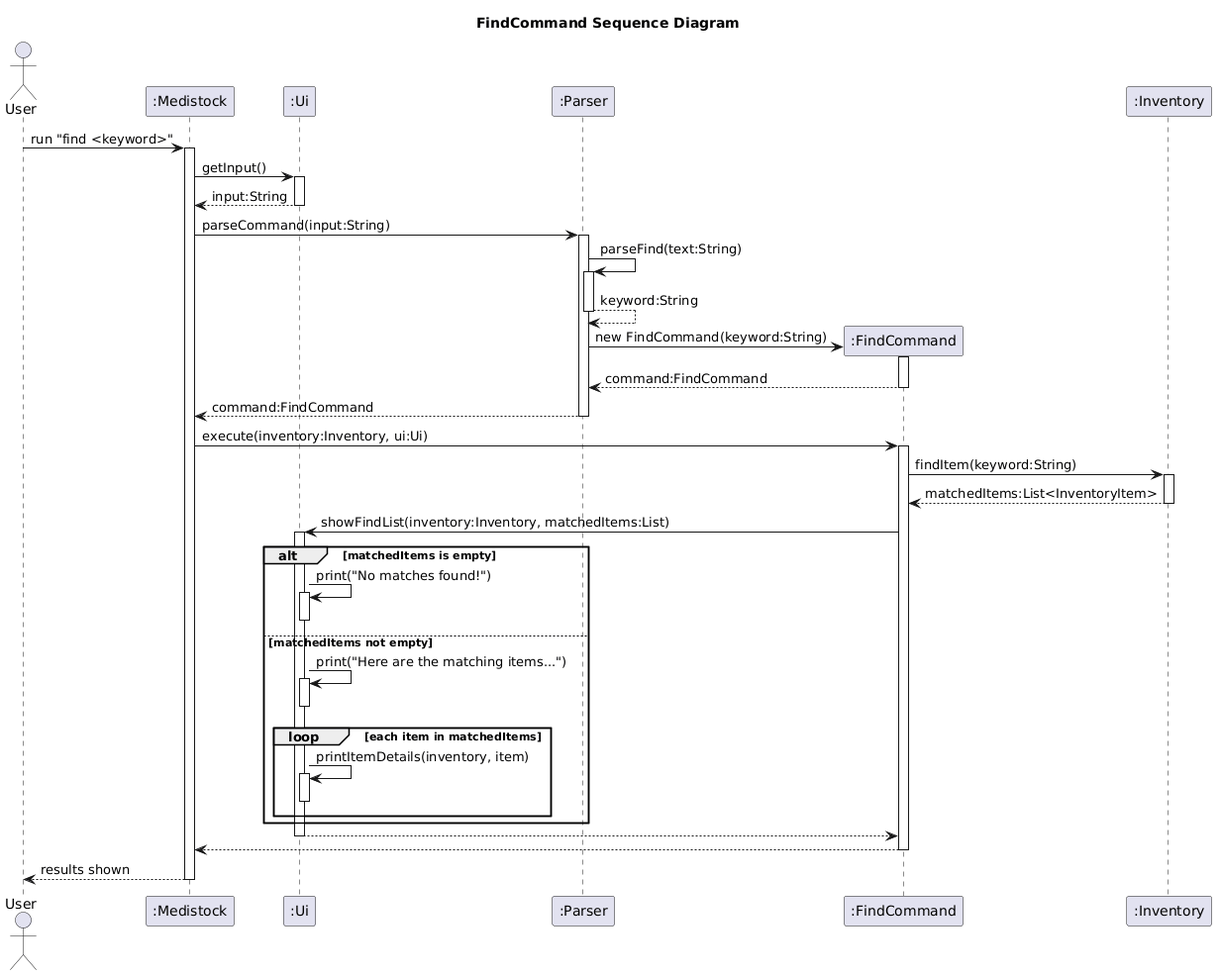
The PlantUML diagram docs/diagrams/FindCommand_SequenceDiagram.png in Yonish18/tp, before a commit. Source of this version:
```plantuml
@startuml
title FindCommand Sequence Diagram

actor User
participant ":Medistock" as App
participant ":Ui" as Ui
participant ":Parser" as Parser
participant ":FindCommand" as FindCommand
participant ":Inventory" as Inventory

User -> App : run "find <keyword>"
activate App

App -> Ui : getInput()
activate Ui
Ui --> App : input:String
deactivate Ui

App -> Parser : parseCommand(input:String)
activate Parser

Parser -> Parser : parseFind(text:String)
activate Parser
Parser --> Parser : keyword:String
deactivate Parser

create FindCommand
Parser -> FindCommand : new FindCommand(keyword:String)
activate FindCommand
FindCommand --> Parser : command:FindCommand
deactivate FindCommand

Parser --> App : command:FindCommand
deactivate Parser

App -> FindCommand : execute(inventory:Inventory, ui:Ui)
activate FindCommand

FindCommand -> Inventory : findItem(keyword:String)
activate Inventory
Inventory --> FindCommand : matchedItems:List<InventoryItem>
deactivate Inventory

FindCommand -> Ui : showFindList(inventory:Inventory, matchedItems:List)
activate Ui

alt matchedItems is empty
    Ui -> Ui : print("No matches found!")
    activate Ui
    deactivate Ui
else matchedItems not empty
    Ui -> Ui : print("Here are the matching items...")
    activate Ui
    deactivate Ui

    loop each item in matchedItems
        Ui -> Ui : printItemDetails(inventory, item)
        activate Ui
        deactivate Ui
    end
end

Ui --> FindCommand
deactivate Ui

FindCommand --> App
deactivate FindCommand

App --> User : results shown
deactivate App
@enduml
```
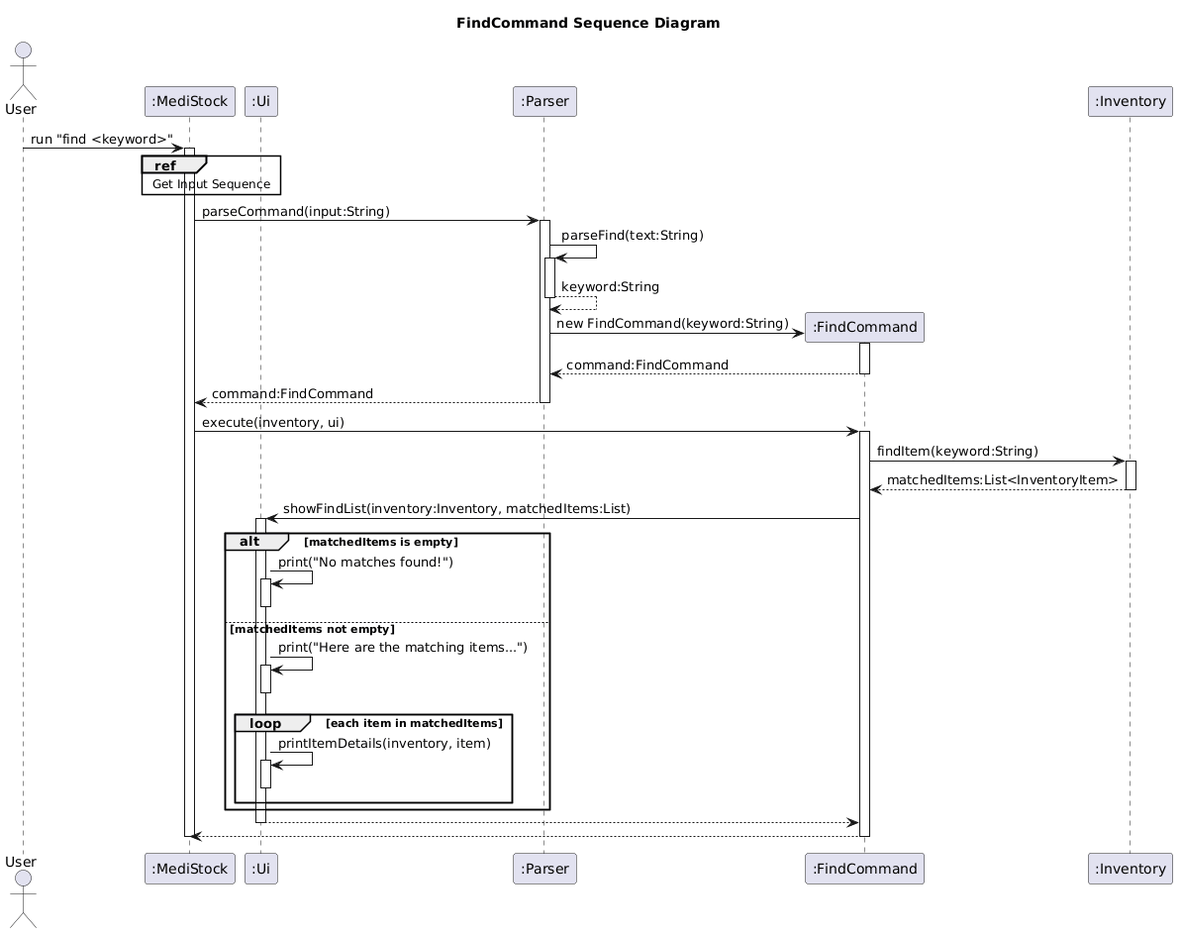
The same diagram one commit later.

Diff of the diagram source:
```diff
@@ -2,7 +2,7 @@
 title FindCommand Sequence Diagram
 
 actor User
-participant ":Medistock" as App
+participant ":MediStock" as App
 participant ":Ui" as Ui
 participant ":Parser" as Parser
 participant ":FindCommand" as FindCommand
@@ -10,11 +10,9 @@
 
 User -> App : run "find <keyword>"
 activate App
-
-App -> Ui : getInput()
-activate Ui
-Ui --> App : input:String
-deactivate Ui
+ref over App, Ui
+    Get Input Sequence
+end
 
 App -> Parser : parseCommand(input:String)
 activate Parser
@@ -33,7 +31,7 @@
 Parser --> App : command:FindCommand
 deactivate Parser
 
-App -> FindCommand : execute(inventory:Inventory, ui:Ui)
+App -> FindCommand : execute(inventory, ui)
 activate FindCommand
 
 FindCommand -> Inventory : findItem(keyword:String)
@@ -66,6 +64,5 @@
 FindCommand --> App
 deactivate FindCommand
 
-App --> User : results shown
 deactivate App
 @enduml
```
